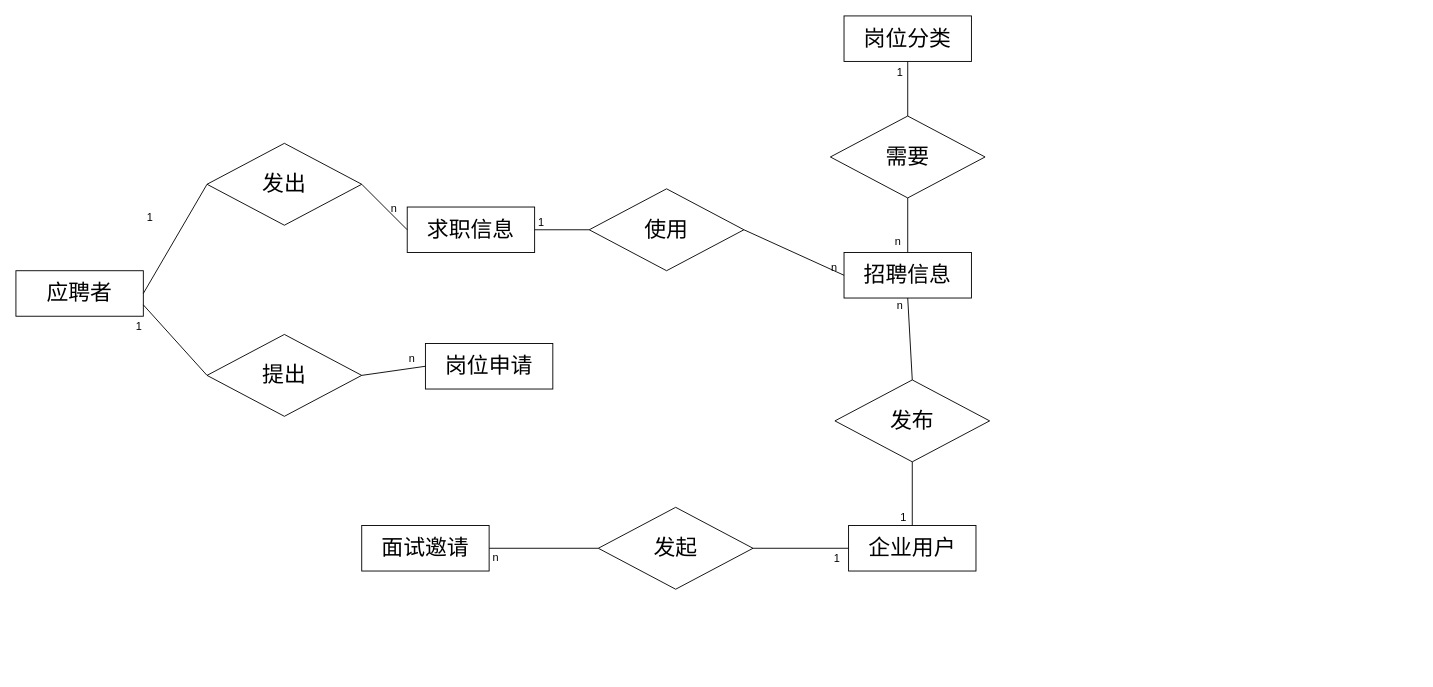
The draw.io diagram page "第 16 页" (16 of 16) of 未命名绘图.drawio in sangqiwei/sangqiwei, before the edit. Source tidied: cells renumbered, new cells numbered last; positions are measured from the earlier drawing's top-left corner, leaving out a move shared by most shapes. Both pictures are drawn from the tidied source at 91%, with x=0, y=0 at pixel (15, 15).
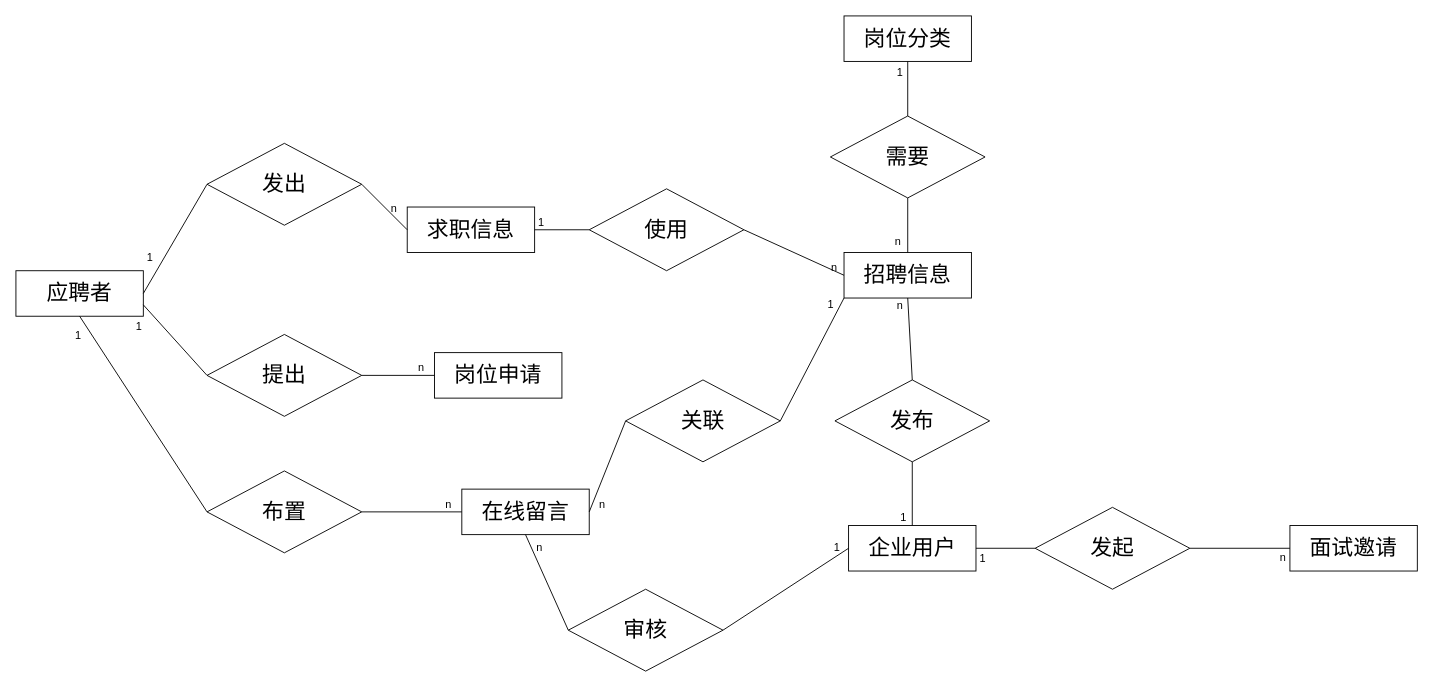
After the change.

Unchanged cells that the change refers to:
```xml
<mxCell id="2" value="&lt;font style=&quot;font-size: 24px;&quot;&gt;应聘者&lt;/font&gt;" style="whiteSpace=wrap;html=1;align=center;" parent="1" vertex="1">
  <mxGeometry y="280" width="140" height="50" as="geometry" />
</mxCell>
<mxCell id="3" value="&lt;font style=&quot;font-size: 24px;&quot;&gt;企业用户&lt;/font&gt;" style="whiteSpace=wrap;html=1;align=center;" parent="1" vertex="1">
  <mxGeometry x="915" y="560" width="140" height="50" as="geometry" />
</mxCell>
<mxCell id="7" value="&lt;span style=&quot;font-size: 24px;&quot;&gt;招聘信息&lt;/span&gt;" style="whiteSpace=wrap;html=1;align=center;" parent="1" vertex="1">
  <mxGeometry x="910" y="260" width="140" height="50" as="geometry" />
</mxCell>
<mxCell id="10" style="endArrow=none;html=1;rounded=0;exitX=1;exitY=0.5;exitDx=0;exitDy=0;entryX=0;entryY=0.5;entryDx=0;entryDy=0;" parent="1" edge="1" source="2" target="9">
  <mxGeometry relative="1" as="geometry" />
</mxCell>
```

Diff of the diagram source:
```diff
@@
     <mxCell id="6" value="&lt;span style=&quot;font-size: 24px;&quot;&gt;面试邀请&lt;/span&gt;" style="whiteSpace=wrap;html=1;align=center;" parent="1" vertex="1">
-      <mxGeometry x="380" y="560" width="140" height="50" as="geometry" />
+      <mxGeometry x="1400" y="560" width="140" height="50" as="geometry" />
     </mxCell>
@@
     <mxCell id="8" value="&lt;span style=&quot;font-size: 24px;&quot;&gt;岗位申请&lt;/span&gt;" style="whiteSpace=wrap;html=1;align=center;" parent="1" vertex="1">
-      <mxGeometry x="450" y="360" width="140" height="50" as="geometry" />
+      <mxGeometry x="460" y="370" width="140" height="50" as="geometry" />
     </mxCell>
@@
     <mxCell id="11" value="1" style="html=1;whiteSpace=wrap;align=right;verticalAlign=bottom;" parent="10" vertex="1">
       <mxGeometry x="1" relative="1" as="geometry">
-        <mxPoint x="-58" y="45" as="offset" />
+        <mxPoint x="-58" y="89" as="offset" />
       </mxGeometry>
     </mxCell>
@@
     <mxCell id="34" value="&lt;font style=&quot;font-size: 24px;&quot;&gt;发起&lt;/font&gt;" style="shape=rhombus;perimeter=rhombusPerimeter;whiteSpace=wrap;html=1;align=center;" parent="1" vertex="1">
-      <mxGeometry x="640" y="540" width="170" height="90" as="geometry" />
+      <mxGeometry x="1120" y="540" width="170" height="90" as="geometry" />
     </mxCell>
-    <mxCell id="35" style="endArrow=none;html=1;rounded=0;exitX=0;exitY=0.5;exitDx=0;exitDy=0;entryX=1;entryY=0.5;entryDx=0;entryDy=0;" parent="1" edge="1" source="34" target="6">
+    <mxCell id="35" style="endArrow=none;html=1;rounded=0;exitX=1;exitY=0.5;exitDx=0;exitDy=0;entryX=0;entryY=0.5;entryDx=0;entryDy=0;" parent="1" edge="1" source="34" target="6">
       <mxGeometry relative="1" as="geometry" />
     </mxCell>
     <mxCell id="36" value="n" style="html=1;whiteSpace=wrap;align=right;verticalAlign=bottom;" parent="35" vertex="1">
       <mxGeometry x="1" relative="1" as="geometry">
-        <mxPoint x="12" y="18" as="offset" />
+        <mxPoint x="-3" y="18" as="offset" />
       </mxGeometry>
     </mxCell>
-    <mxCell id="37" style="endArrow=none;html=1;rounded=0;exitX=0;exitY=0.5;exitDx=0;exitDy=0;entryX=1;entryY=0.5;entryDx=0;entryDy=0;" parent="1" edge="1" source="3" target="34">
+    <mxCell id="37" style="endArrow=none;html=1;rounded=0;exitX=1;exitY=0.5;exitDx=0;exitDy=0;entryX=0;entryY=0.5;entryDx=0;entryDy=0;" parent="1" edge="1" source="3" target="34">
       <mxGeometry relative="1" as="geometry" />
     </mxCell>
     <mxCell id="38" value="1" style="html=1;whiteSpace=wrap;align=right;verticalAlign=bottom;" parent="37" vertex="1">
       <mxGeometry x="1" relative="1" as="geometry">
-        <mxPoint x="97" y="20" as="offset" />
+        <mxPoint x="-53" y="20" as="offset" />
       </mxGeometry>
     </mxCell>
+    <mxCell id="39" value="&lt;font style=&quot;font-size: 24px;&quot;&gt;在线留言&lt;/font&gt;" style="whiteSpace=wrap;html=1;align=center;" parent="1" vertex="1">
+      <mxGeometry x="490" y="520" width="140" height="50" as="geometry" />
+    </mxCell>
+    <mxCell id="40" value="&lt;font style=&quot;font-size: 24px;&quot;&gt;布置&lt;/font&gt;" style="shape=rhombus;perimeter=rhombusPerimeter;whiteSpace=wrap;html=1;align=center;" parent="1" vertex="1">
+      <mxGeometry x="210" y="500" width="170" height="90" as="geometry" />
+    </mxCell>
+    <mxCell id="41" style="endArrow=none;html=1;rounded=0;exitX=0.5;exitY=1;exitDx=0;exitDy=0;entryX=0;entryY=0.5;entryDx=0;entryDy=0;" parent="1" edge="1" source="2" target="40">
+      <mxGeometry relative="1" as="geometry" />
+    </mxCell>
+    <mxCell id="42" value="1" style="html=1;whiteSpace=wrap;align=right;verticalAlign=bottom;" parent="41" vertex="1">
+      <mxGeometry x="1" relative="1" as="geometry">
+        <mxPoint x="-137" y="-186" as="offset" />
+      </mxGeometry>
+    </mxCell>
+    <mxCell id="43" style="endArrow=none;html=1;rounded=0;exitX=1;exitY=0.5;exitDx=0;exitDy=0;entryX=0;entryY=0.5;entryDx=0;entryDy=0;" parent="1" edge="1" source="40" target="39">
+      <mxGeometry relative="1" as="geometry" />
+    </mxCell>
+    <mxCell id="44" value="n" style="html=1;whiteSpace=wrap;align=right;verticalAlign=bottom;" parent="43" vertex="1">
+      <mxGeometry x="1" relative="1" as="geometry">
+        <mxPoint x="-10" as="offset" />
+      </mxGeometry>
+    </mxCell>
+    <mxCell id="45" value="&lt;font style=&quot;font-size: 24px;&quot;&gt;关联&lt;/font&gt;" style="shape=rhombus;perimeter=rhombusPerimeter;whiteSpace=wrap;html=1;align=center;" parent="1" vertex="1">
+      <mxGeometry x="670" y="400" width="170" height="90" as="geometry" />
+    </mxCell>
+    <mxCell id="46" style="endArrow=none;html=1;rounded=0;exitX=0;exitY=1;exitDx=0;exitDy=0;entryX=1;entryY=0.5;entryDx=0;entryDy=0;" parent="1" edge="1" source="7" target="45">
+      <mxGeometry relative="1" as="geometry" />
+    </mxCell>
+    <mxCell id="47" value="1" style="html=1;whiteSpace=wrap;align=right;verticalAlign=bottom;" parent="46" vertex="1">
+      <mxGeometry x="1" relative="1" as="geometry">
+        <mxPoint x="60" y="-120" as="offset" />
+      </mxGeometry>
+    </mxCell>
+    <mxCell id="48" style="endArrow=none;html=1;rounded=0;exitX=0;exitY=0.5;exitDx=0;exitDy=0;entryX=1;entryY=0.5;entryDx=0;entryDy=0;" parent="1" edge="1" source="45" target="39">
+      <mxGeometry relative="1" as="geometry" />
+    </mxCell>
+    <mxCell id="49" value="n" style="html=1;whiteSpace=wrap;align=right;verticalAlign=bottom;" parent="48" vertex="1">
+      <mxGeometry x="1" relative="1" as="geometry">
+        <mxPoint x="19" as="offset" />
+      </mxGeometry>
+    </mxCell>
+    <mxCell id="50" value="&lt;font style=&quot;font-size: 24px;&quot;&gt;审核&lt;/font&gt;" style="shape=rhombus;perimeter=rhombusPerimeter;whiteSpace=wrap;html=1;align=center;" parent="1" vertex="1">
+      <mxGeometry x="607" y="630" width="170" height="90" as="geometry" />
+    </mxCell>
+    <mxCell id="51" style="endArrow=none;html=1;rounded=0;entryX=0.5;entryY=1;entryDx=0;entryDy=0;exitX=0;exitY=0.5;exitDx=0;exitDy=0;" parent="1" edge="1" source="50" target="39">
+      <mxGeometry relative="1" as="geometry" />
+    </mxCell>
+    <mxCell id="52" value="n" style="html=1;whiteSpace=wrap;align=right;verticalAlign=bottom;" parent="51" vertex="1">
+      <mxGeometry x="1" relative="1" as="geometry">
+        <mxPoint x="20" y="22" as="offset" />
+      </mxGeometry>
+    </mxCell>
+    <mxCell id="53" style="endArrow=none;html=1;rounded=0;exitX=0;exitY=0.5;exitDx=0;exitDy=0;entryX=1;entryY=0.5;entryDx=0;entryDy=0;" parent="1" edge="1" source="3" target="50">
+      <mxGeometry relative="1" as="geometry" />
+    </mxCell>
+    <mxCell id="54" value="1" style="html=1;whiteSpace=wrap;align=right;verticalAlign=bottom;" parent="53" vertex="1">
+      <mxGeometry x="1" relative="1" as="geometry">
+        <mxPoint x="130" y="-83" as="offset" />
+      </mxGeometry>
+    </mxCell>
```
